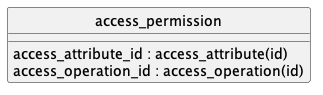
contactopensource/contactopensource keeps this PlantUML diagram as doc/concepts/access_permission/uml.png. Above is the earlier version. Source of this version:
```plantuml
@startuml uml
skinparam monochrome true
skinparam linetype ortho
hide circle

entity access_permission {
    access_attribute_id : access_attribute(id)
    access_operation_id : access_operation(id)
}

@enduml
```
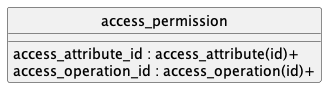
The same diagram one commit later.

Diff of the diagram source:
```diff
@@ -4,8 +4,8 @@
 hide circle
 
 entity access_permission {
-    access_attribute_id : access_attribute(id)
-    access_operation_id : access_operation(id)
+    access_attribute_id : access_attribute(id)+
+    access_operation_id : access_operation(id)+
 }
 
 @enduml
```
